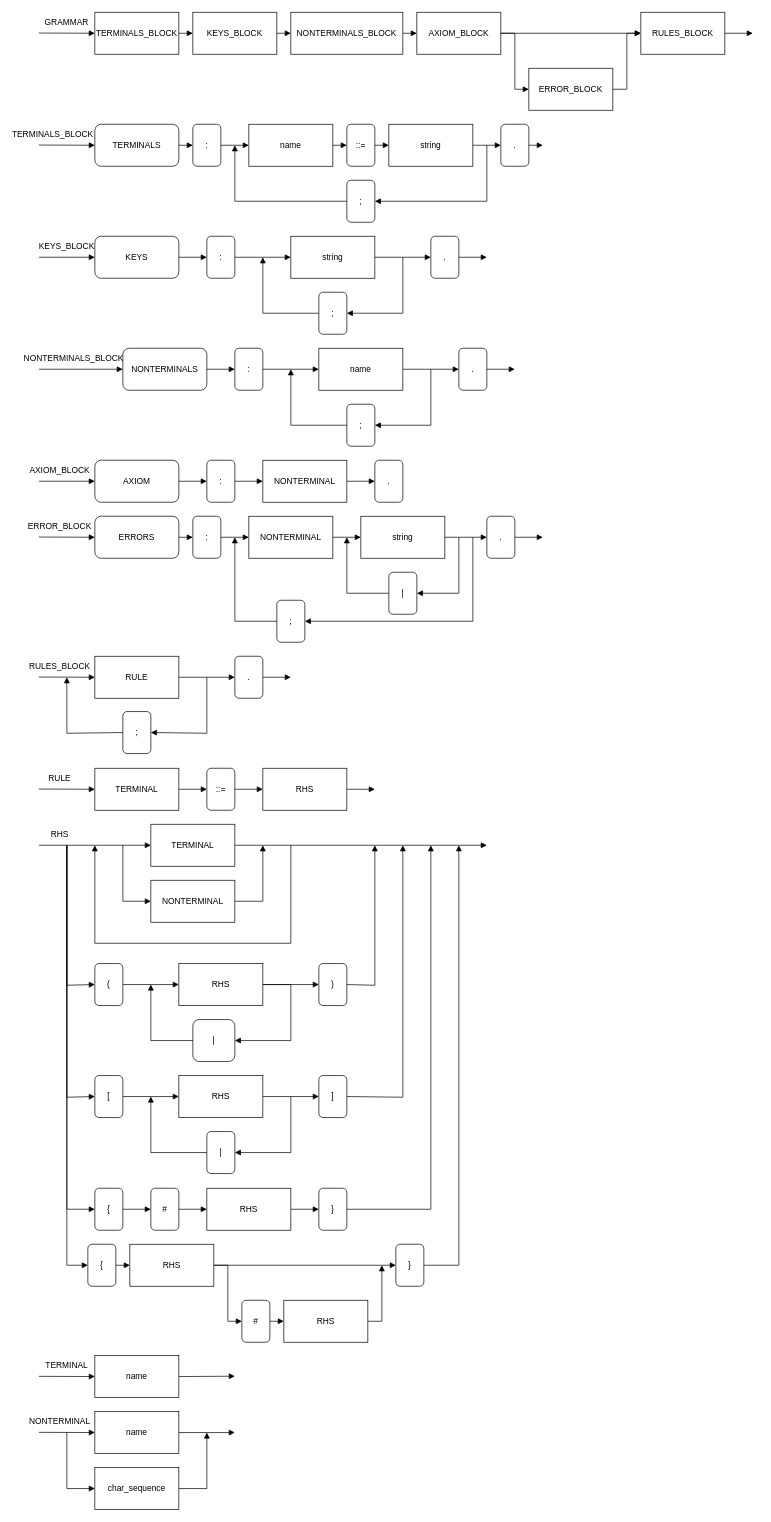
aVorotnikov/dsl_generator keeps this draw.io diagram as docs/raw_diagrams/grammar_description.drawio. Above is the earlier version. Source tidied: cells renumbered, new cells numbered last; positions are measured from the earlier drawing's top-left corner, leaving out a move shared by most shapes. Both pictures are drawn from the tidied source at 70%, with x=0, y=0 at pixel (31, 12).
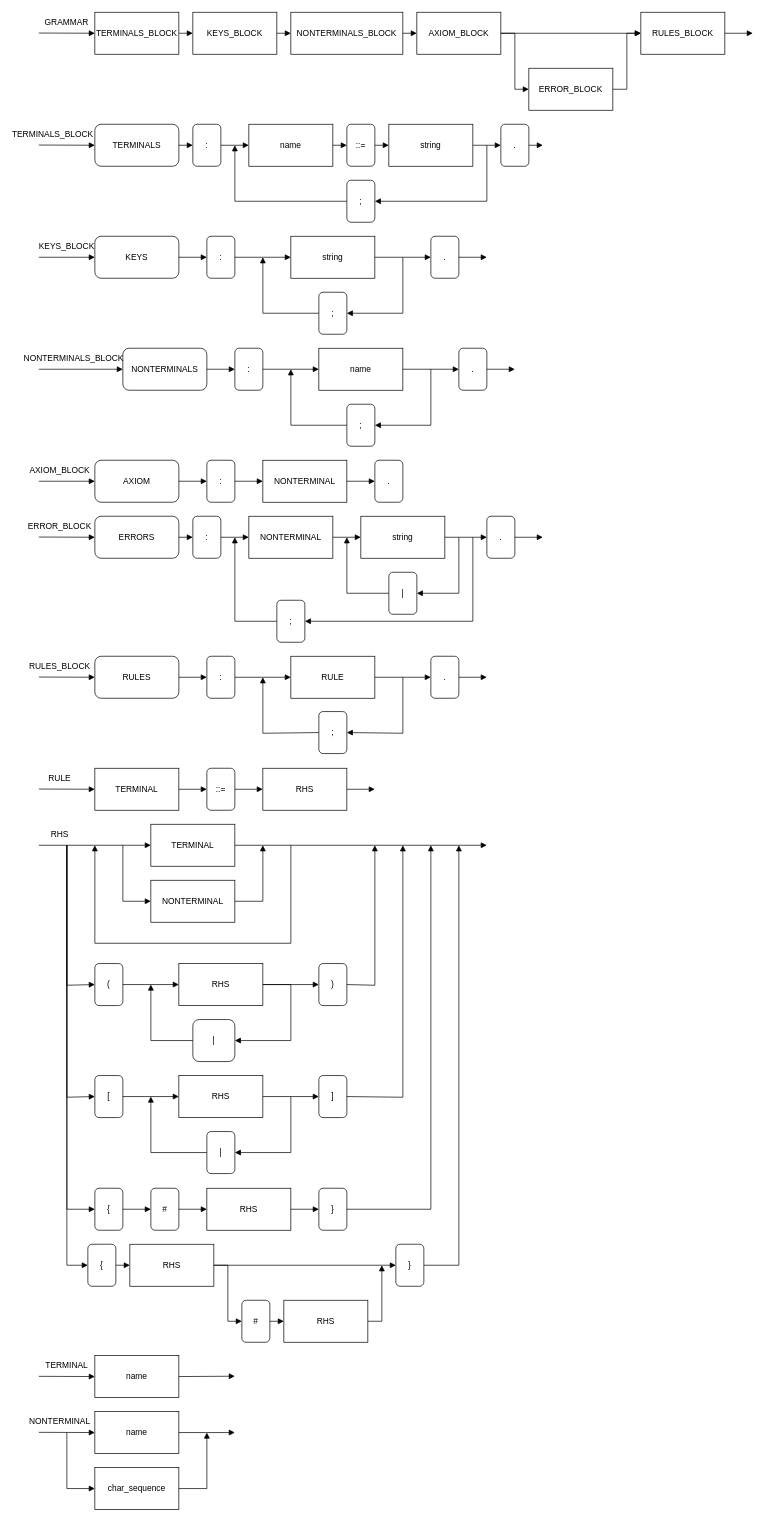
The same page after the edit.

Commit message:
Fix rules block diagram

The edit, as a diff of the source:
```diff
@@
     <mxCell id="2" value="RULE" style="rounded=0;whiteSpace=wrap;html=1;fillColor=none;" parent="1" vertex="1">
-      <mxGeometry x="90" y="920" width="120" height="60" as="geometry" />
+      <mxGeometry x="370" y="920" width="120" height="60" as="geometry" />
     </mxCell>
     <mxCell id="3" value=";" style="rounded=1;whiteSpace=wrap;html=1;fillColor=none;" parent="1" vertex="1">
-      <mxGeometry x="130" y="999" width="40" height="60" as="geometry" />
+      <mxGeometry x="410" y="999" width="40" height="60" as="geometry" />
     </mxCell>
     <mxCell id="4" style="endArrow=block;endFill=1;html=1;rounded=0;entryX=0;entryY=0.5;entryDx=0;entryDy=0;" parent="1" edge="1" target="77">
       <mxGeometry relative="1" as="geometry">
-        <mxPoint x="210" y="950" as="sourcePoint" />
+        <mxPoint x="490" y="950" as="sourcePoint" />
       </mxGeometry>
     </mxCell>
-    <mxCell id="5" style="endArrow=block;endFill=1;html=1;rounded=0;entryX=0;entryY=0.5;entryDx=0;entryDy=0;" parent="1" edge="1" target="2">
+    <mxCell id="5" style="endArrow=block;endFill=1;html=1;rounded=0;entryX=0;entryY=0.5;entryDx=0;entryDy=0;" parent="1" edge="1" target="164">
       <mxGeometry relative="1" as="geometry">
         <mxPoint x="10" y="949.7" as="sourcePoint" />
       </mxGeometry>
     </mxCell>
     <mxCell id="6" style="endArrow=block;endFill=1;html=1;rounded=0;entryX=1;entryY=0.5;entryDx=0;entryDy=0;" parent="1" edge="1" target="3">
       <mxGeometry relative="1" as="geometry">
-        <mxPoint x="250" y="950" as="sourcePoint" />
+        <mxPoint x="530" y="950" as="sourcePoint" />
         <Array as="points">
-          <mxPoint x="250" y="1030" />
+          <mxPoint x="530" y="1030" />
         </Array>
       </mxGeometry>
     </mxCell>
     <mxCell id="7" style="endArrow=block;endFill=1;html=1;rounded=0;exitX=0;exitY=0.5;exitDx=0;exitDy=0;" parent="1" edge="1" source="3">
       <mxGeometry relative="1" as="geometry">
-        <mxPoint x="50" y="950" as="targetPoint" />
+        <mxPoint x="330" y="950" as="targetPoint" />
         <Array as="points">
-          <mxPoint x="50" y="1030" />
+          <mxPoint x="330" y="1030" />
         </Array>
       </mxGeometry>
     </mxCell>
@@
     <mxCell id="77" value="." style="rounded=1;whiteSpace=wrap;html=1;fillColor=none;" parent="1" vertex="1">
-      <mxGeometry x="290" y="920" width="40" height="60" as="geometry" />
+      <mxGeometry x="570" y="920" width="40" height="60" as="geometry" />
     </mxCell>
     <mxCell id="78" style="edgeStyle=orthogonalEdgeStyle;rounded=0;jettySize=auto;html=1;endArrow=block;endFill=1;exitX=1;exitY=0.5;exitDx=0;exitDy=0;" parent="1" edge="1" source="77">
       <mxGeometry relative="1" as="geometry">
-        <mxPoint x="370" y="950" as="targetPoint" />
+        <mxPoint x="650" y="950" as="targetPoint" />
       </mxGeometry>
     </mxCell>
@@
+    <mxCell id="164" value="RULES" style="rounded=1;whiteSpace=wrap;html=1;fillColor=none;" parent="1" vertex="1">
+      <mxGeometry x="90" y="920" width="120" height="60" as="geometry" />
+    </mxCell>
+    <mxCell id="165" value=":" style="rounded=1;whiteSpace=wrap;html=1;fillColor=none;" parent="1" vertex="1">
+      <mxGeometry x="250" y="920" width="40" height="60" as="geometry" />
+    </mxCell>
+    <mxCell id="166" style="edgeStyle=orthogonalEdgeStyle;rounded=0;jettySize=auto;html=1;endArrow=block;endFill=1;exitX=1;exitY=0.5;exitDx=0;exitDy=0;" parent="1" edge="1" source="164">
+      <mxGeometry relative="1" as="geometry">
+        <mxPoint x="250" y="950" as="targetPoint" />
+      </mxGeometry>
+    </mxCell>
+    <mxCell id="167" style="edgeStyle=orthogonalEdgeStyle;rounded=0;jettySize=auto;html=1;endArrow=block;endFill=1;exitX=1;exitY=0.5;exitDx=0;exitDy=0;entryX=0;entryY=0.5;entryDx=0;entryDy=0;" parent="1" edge="1" source="165" target="2">
+      <mxGeometry relative="1" as="geometry" />
+    </mxCell>
```
